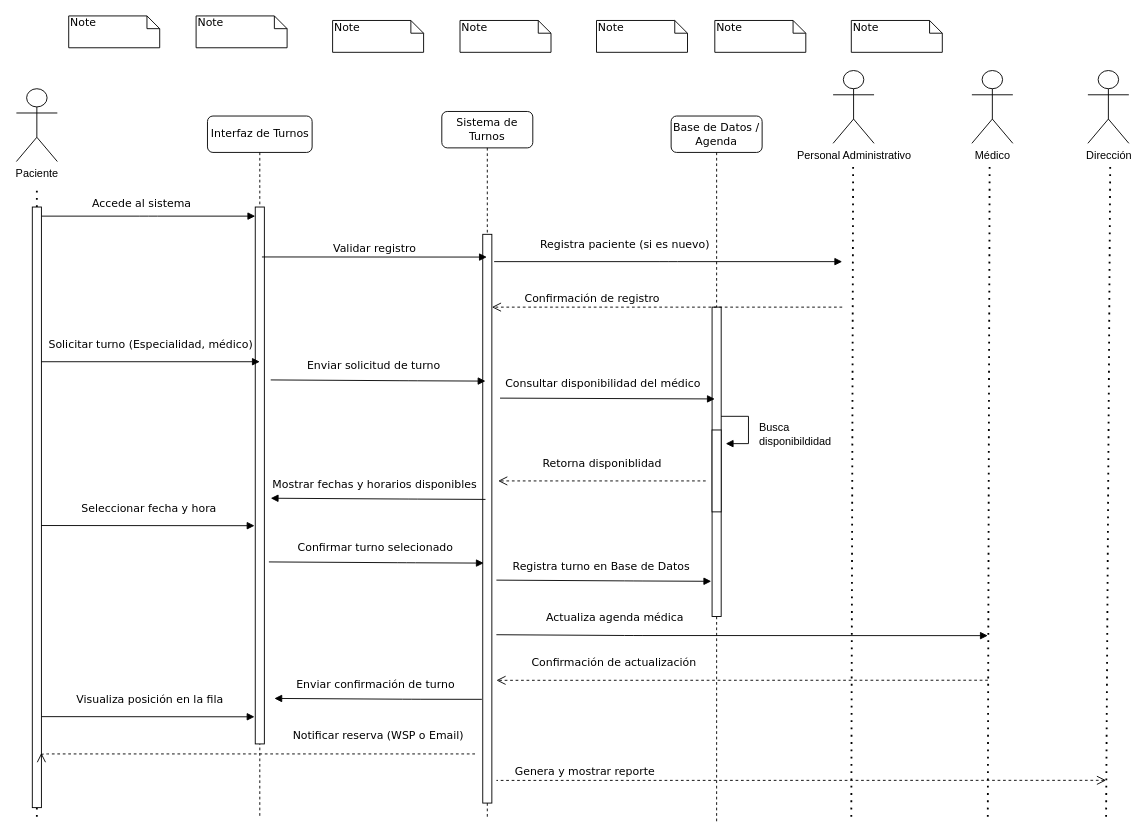
This is Diagrama sin título.drawio from RodrigoEscorcielo/IFTS18_Modelado-y-diseno-de-software_documentos, a draw.io file, before an edit. Source tidied: cells renumbered, new cells numbered last; positions are measured from the earlier drawing's top-left corner, leaving out a move shared by most shapes. Both pictures are drawn from the tidied source at 91%, with x=0, y=0 at pixel (15, 15).
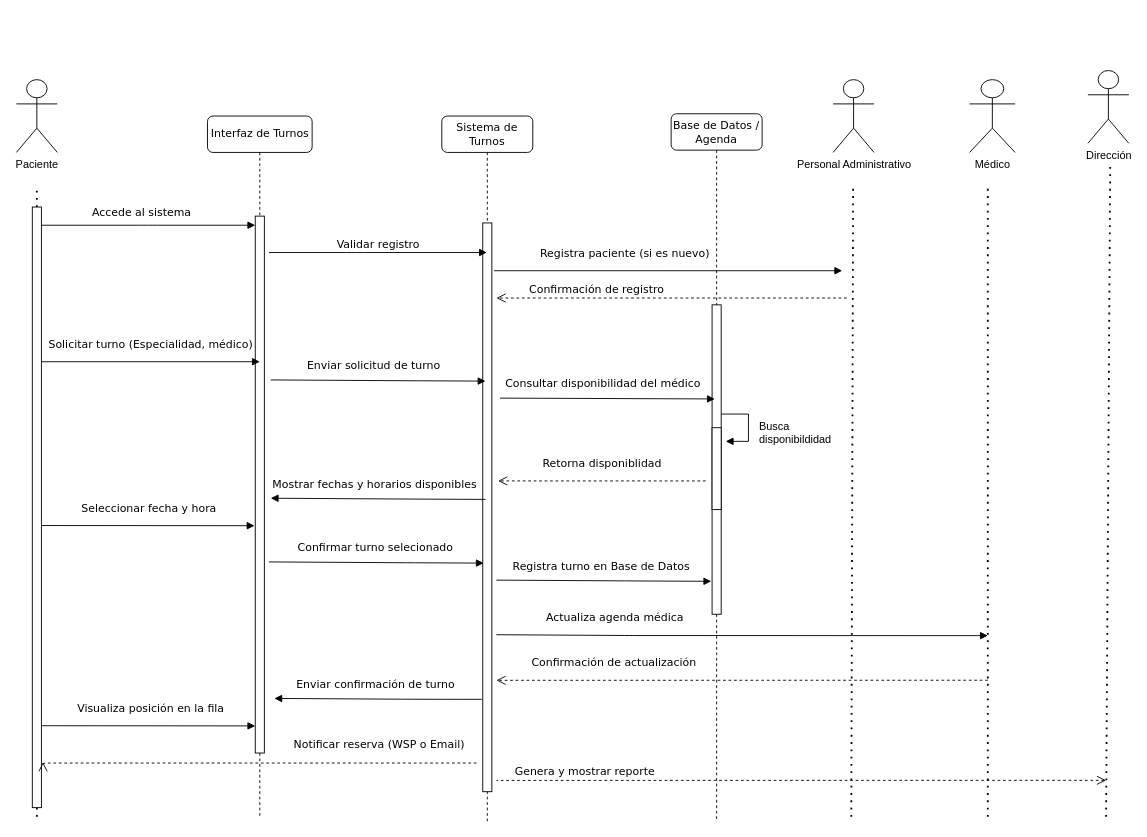
Above is the later version.

Unchanged cells that the change refers to:
```xml
<mxCell id="2" value="Interfaz de Turnos" style="shape=umlLifeline;perimeter=lifelinePerimeter;whiteSpace=wrap;html=1;rounded=1;shadow=0;comic=0;labelBackgroundColor=none;strokeWidth=1;fontFamily=Verdana;fontSize=12;align=center;" parent="1" vertex="1">
  <mxGeometry x="210.5" y="110" width="115" height="770" as="geometry" />
</mxCell>
```

Change to the diagram source:
```diff
@@
     <mxCell id="3" style="html=1;points=[];perimeter=orthogonalPerimeter;rounded=0;shadow=0;comic=0;labelBackgroundColor=none;strokeWidth=1;fontFamily=Verdana;fontSize=12;align=center;" parent="2" vertex="1">
-      <mxGeometry x="52.5" y="100" width="10" height="590" as="geometry" />
+      <mxGeometry x="52.5" y="110" width="10" height="590" as="geometry" />
     </mxCell>
-    <mxCell id="4" value="Visualiza posición en la fila" style="html=1;verticalAlign=bottom;endArrow=block;labelBackgroundColor=none;fontFamily=Verdana;fontSize=12;entryX=-0.082;entryY=0.886;entryDx=0;entryDy=0;entryPerimeter=0;" parent="2" edge="1">
-      <mxGeometry x="0.02" y="10" relative="1" as="geometry">
-        <mxPoint x="-182.5" y="660" as="sourcePoint" />
-        <mxPoint x="51.7" y="660.2" as="targetPoint" />
-      </mxGeometry>
-    </mxCell>
+    <mxCell id="11" value="Accede al sistema&lt;div&gt;&lt;br/&gt;&lt;/div&gt;" style="html=1;verticalAlign=bottom;endArrow=block;entryX=0;entryY=0;labelBackgroundColor=none;fontFamily=Verdana;fontSize=12;edgeStyle=elbowEdgeStyle;elbow=vertical;" parent="2" edge="1">
+      <mxGeometry x="-0.06" y="-10" relative="1" as="geometry">
+        <mxPoint x="-182.5" y="120" as="sourcePoint" />
+        <mxPoint x="52.5" y="120" as="targetPoint" />
+      </mxGeometry>
+    </mxCell>
     <mxCell id="5" value="Sistema de Turnos" style="shape=umlLifeline;perimeter=lifelinePerimeter;whiteSpace=wrap;html=1;outlineConnect=0;rounded=1;shadow=0;comic=0;labelBackgroundColor=none;strokeWidth=1;fontFamily=Verdana;fontSize=12;align=center;" parent="1" vertex="1">
-      <mxGeometry x="468" y="105" width="100" height="775" as="geometry" />
+      <mxGeometry x="468" y="110" width="100" height="775" as="geometry" />
     </mxCell>
     <mxCell id="6" style="html=1;perimeter=orthogonalPerimeter;rounded=0;shadow=0;comic=0;labelBackgroundColor=none;strokeWidth=1;fontFamily=Verdana;fontSize=12;align=center;" parent="5" vertex="1">
-      <mxGeometry x="45" y="135" width="10" height="625" as="geometry" />
+      <mxGeometry x="45" y="117.5" width="10" height="625" as="geometry" />
     </mxCell>
     <mxCell id="7" value="Base de Datos / Agenda" style="shape=umlLifeline;perimeter=lifelinePerimeter;whiteSpace=wrap;html=1;rounded=1;shadow=0;comic=0;labelBackgroundColor=none;strokeWidth=1;fontFamily=Verdana;fontSize=12;align=center;" parent="1" vertex="1">
-      <mxGeometry x="720" y="110" width="100" height="775" as="geometry" />
+      <mxGeometry x="720" y="107.5" width="100" height="775" as="geometry" />
     </mxCell>
@@
-    <mxCell id="11" value="Accede al sistema&lt;div&gt;&lt;br/&gt;&lt;/div&gt;" style="html=1;verticalAlign=bottom;endArrow=block;entryX=0;entryY=0;labelBackgroundColor=none;fontFamily=Verdana;fontSize=12;edgeStyle=elbowEdgeStyle;elbow=vertical;" parent="1" edge="1">
-      <mxGeometry x="-0.06" y="-10" relative="1" as="geometry">
-        <mxPoint x="28" y="220" as="sourcePoint" />
-        <mxPoint x="263" y="220" as="targetPoint" />
-      </mxGeometry>
-    </mxCell>
-    <mxCell id="12" value="Validar registro" style="html=1;verticalAlign=bottom;endArrow=block;labelBackgroundColor=none;fontFamily=Verdana;fontSize=12;edgeStyle=elbowEdgeStyle;elbow=vertical;exitX=0.736;exitY=0.093;exitDx=0;exitDy=0;exitPerimeter=0;" parent="1" edge="1" source="3" target="5">
-      <mxGeometry relative="1" as="geometry" />
+    <mxCell id="12" value="Validar registro" style="html=1;verticalAlign=bottom;endArrow=block;labelBackgroundColor=none;fontFamily=Verdana;fontSize=12;edgeStyle=elbowEdgeStyle;elbow=vertical;" parent="1" edge="1" target="5">
+      <mxGeometry relative="1" as="geometry">
+        <mxPoint x="278" y="260" as="sourcePoint" />
+      </mxGeometry>
     </mxCell>
-    <mxCell id="13" value="Note" style="shape=note;whiteSpace=wrap;html=1;size=14;verticalAlign=top;align=left;spacingTop=-6;rounded=0;shadow=0;comic=0;labelBackgroundColor=none;strokeWidth=1;fontFamily=Verdana;fontSize=12;" parent="1" vertex="1">
-      <mxGeometry x="58" width="100" height="35" as="geometry" />
-    </mxCell>
-    <mxCell id="14" value="Note" style="shape=note;whiteSpace=wrap;html=1;size=14;verticalAlign=top;align=left;spacingTop=-6;rounded=0;shadow=0;comic=0;labelBackgroundColor=none;strokeWidth=1;fontFamily=Verdana;fontSize=12;" parent="1" vertex="1">
-      <mxGeometry x="198" width="100" height="35" as="geometry" />
-    </mxCell>
-    <mxCell id="15" value="Note" style="shape=note;whiteSpace=wrap;html=1;size=14;verticalAlign=top;align=left;spacingTop=-6;rounded=0;shadow=0;comic=0;labelBackgroundColor=none;strokeWidth=1;fontFamily=Verdana;fontSize=12;" parent="1" vertex="1">
-      <mxGeometry x="348" y="5" width="100" height="35" as="geometry" />
-    </mxCell>
-    <mxCell id="16" value="Note" style="shape=note;whiteSpace=wrap;html=1;size=14;verticalAlign=top;align=left;spacingTop=-6;rounded=0;shadow=0;comic=0;labelBackgroundColor=none;strokeWidth=1;fontFamily=Verdana;fontSize=12;" parent="1" vertex="1">
-      <mxGeometry x="488" y="5" width="100" height="35" as="geometry" />
-    </mxCell>
-    <mxCell id="17" value="Note" style="shape=note;whiteSpace=wrap;html=1;size=14;verticalAlign=top;align=left;spacingTop=-6;rounded=0;shadow=0;comic=0;labelBackgroundColor=none;strokeWidth=1;fontFamily=Verdana;fontSize=12;" parent="1" vertex="1">
-      <mxGeometry x="638" y="5" width="100" height="35" as="geometry" />
-    </mxCell>
-    <mxCell id="18" value="Note" style="shape=note;whiteSpace=wrap;html=1;size=14;verticalAlign=top;align=left;spacingTop=-6;rounded=0;shadow=0;comic=0;labelBackgroundColor=none;strokeWidth=1;fontFamily=Verdana;fontSize=12;" parent="1" vertex="1">
-      <mxGeometry x="768" y="5" width="100" height="35" as="geometry" />
-    </mxCell>
-    <mxCell id="19" value="Note" style="shape=note;whiteSpace=wrap;html=1;size=14;verticalAlign=top;align=left;spacingTop=-6;rounded=0;shadow=0;comic=0;labelBackgroundColor=none;strokeWidth=1;fontFamily=Verdana;fontSize=12;" parent="1" vertex="1">
-      <mxGeometry x="918" y="5" width="100" height="35" as="geometry" />
-    </mxCell>
     <mxCell id="20" value="Paciente" style="shape=umlActor;verticalLabelPosition=bottom;verticalAlign=top;html=1;" parent="1" vertex="1">
-      <mxGeometry x="0.5" y="80" width="45" height="80" as="geometry" />
+      <mxGeometry x="0.5" y="70" width="45" height="80" as="geometry" />
     </mxCell>
     <mxCell id="21" value="Personal Administrativo" style="shape=umlActor;verticalLabelPosition=bottom;verticalAlign=top;html=1;" parent="1" vertex="1">
-      <mxGeometry x="898" y="60" width="45" height="80" as="geometry" />
+      <mxGeometry x="898" y="70" width="45" height="80" as="geometry" />
     </mxCell>
     <mxCell id="22" style="endArrow=none;dashed=1;html=1;dashPattern=1 3;strokeWidth=2;rounded=0;fontFamily=Helvetica;fontSize=12;fontColor=default;fontStyle=0;" parent="1" edge="1">
       <mxGeometry relative="1" as="geometry">
         <mxPoint x="918" y="880" as="sourcePoint" />
-        <mxPoint x="920" y="166" as="targetPoint" />
+        <mxPoint x="920" y="190" as="targetPoint" />
       </mxGeometry>
     </mxCell>
     <mxCell id="23" value="Médico" style="shape=umlActor;verticalLabelPosition=bottom;verticalAlign=top;html=1;" parent="1" vertex="1">
-      <mxGeometry x="1050.5" y="60" width="45" height="80" as="geometry" />
+      <mxGeometry x="1048" y="70" width="50" height="80" as="geometry" />
     </mxCell>
     <mxCell id="24" style="endArrow=none;dashed=1;html=1;dashPattern=1 3;strokeWidth=2;rounded=0;fontFamily=Helvetica;fontSize=12;fontColor=default;fontStyle=0;" parent="1" edge="1">
       <mxGeometry relative="1" as="geometry">
         <mxPoint x="1068" y="880" as="sourcePoint" />
-        <mxPoint x="1070" y="166" as="targetPoint" />
+        <mxPoint x="1068" y="190" as="targetPoint" />
       </mxGeometry>
     </mxCell>
@@
     <mxCell id="27" value="Registra paciente (si es nuevo)" style="html=1;verticalAlign=bottom;endArrow=block;labelBackgroundColor=none;fontFamily=Verdana;fontSize=12;edgeStyle=elbowEdgeStyle;elbow=vertical;" parent="1" edge="1">
       <mxGeometry x="-0.25" y="10" relative="1" as="geometry">
-        <mxPoint x="525.5" y="270" as="sourcePoint" />
-        <mxPoint x="908" y="270" as="targetPoint" />
+        <mxPoint x="525.5" y="280" as="sourcePoint" />
+        <mxPoint x="908" y="280" as="targetPoint" />
       </mxGeometry>
     </mxCell>
@@
     <mxCell id="33" value="Confirmación de registro" style="html=1;verticalAlign=bottom;endArrow=open;dashed=1;endSize=8;labelBackgroundColor=none;fontFamily=Verdana;fontSize=12;edgeStyle=elbowEdgeStyle;elbow=vertical;" parent="1" edge="1">
       <mxGeometry x="0.43" relative="1" as="geometry">
-        <mxPoint x="908" y="320" as="sourcePoint" />
-        <mxPoint x="523" y="320" as="targetPoint" />
+        <mxPoint x="913" y="310" as="sourcePoint" />
+        <mxPoint x="528" y="310" as="targetPoint" />
       </mxGeometry>
     </mxCell>
@@
     <mxCell id="43" value="Notificar reserva (WSP o Email)" style="html=1;verticalAlign=bottom;endArrow=open;dashed=1;endSize=8;labelBackgroundColor=none;fontFamily=Verdana;fontSize=12;edgeStyle=elbowEdgeStyle;elbow=vertical;entryX=1.355;entryY=0.871;entryDx=0;entryDy=0;entryPerimeter=0;" parent="1" edge="1">
       <mxGeometry x="-0.55" y="-11" relative="1" as="geometry">
-        <mxPoint x="504.5" y="811" as="sourcePoint" />
-        <mxPoint x="28" y="810" as="targetPoint" />
+        <mxPoint x="506.2" y="821" as="sourcePoint" />
+        <mxPoint x="29.8" y="820" as="targetPoint" />
         <Array as="points">
-          <mxPoint x="404.5" y="811" />
+          <mxPoint x="406.2" y="821" />
         </Array>
       </mxGeometry>
     </mxCell>
@@
+    <mxCell id="4" value="Visualiza posición en la fila" style="html=1;verticalAlign=bottom;endArrow=block;labelBackgroundColor=none;fontFamily=Verdana;fontSize=12;entryX=-0.082;entryY=0.886;entryDx=0;entryDy=0;entryPerimeter=0;" parent="1" edge="1">
+      <mxGeometry x="0.02" y="10" relative="1" as="geometry">
+        <mxPoint x="28.8" y="780" as="sourcePoint" />
+        <mxPoint x="263" y="780.2" as="targetPoint" />
+      </mxGeometry>
+    </mxCell>
```
